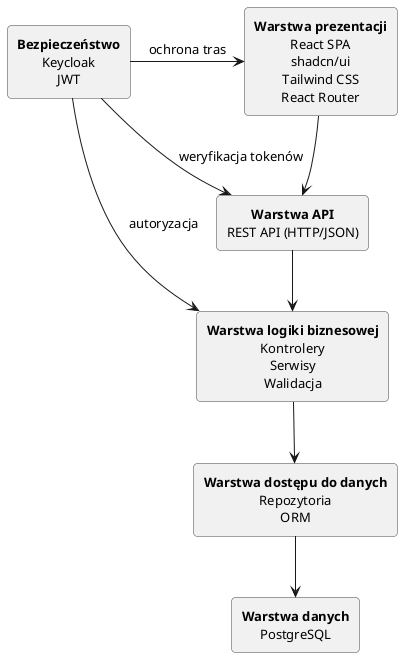
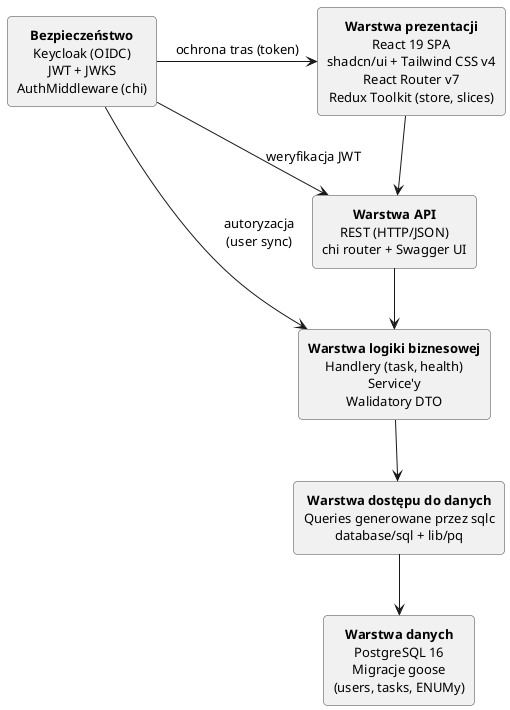
@startuml
skinparam rectangleRoundCorner 8
skinparam rectangleBorderColor #444
skinparam defaultTextAlignment center
skinparam rectangleFontSize 13

together {
-     rectangle "<b>Warstwa prezentacji</b>\nReact SPA\nshadcn/ui\nTailwind CSS\nReact Router" as presentation
-     rectangle "<b>Warstwa API</b>\nREST API (HTTP/JSON)" as api_layer
-     rectangle "<b>Warstwa logiki biznesowej</b>\nKontrolery\nSerwisy\nWalidacja" as business
-     rectangle "<b>Warstwa dostępu do danych</b>\nRepozytoria\nORM" as data_access
-     rectangle "<b>Warstwa danych</b>\nPostgreSQL" as data
+     rectangle "<b>Warstwa prezentacji</b>\nReact 19 SPA\nshadcn/ui + Tailwind CSS v4\nReact Router v7\nRedux Toolkit (store, slices)" as presentation
+     rectangle "<b>Warstwa API</b>\nREST (HTTP/JSON)\nchi router + Swagger UI" as api_layer
+     rectangle "<b>Warstwa logiki biznesowej</b>\nHandlery (task, health)\nService'y\nWalidatory DTO" as business
+     rectangle "<b>Warstwa dostępu do danych</b>\nQueries generowane przez sqlc\ndatabase/sql + lib/pq" as data_access
+     rectangle "<b>Warstwa danych</b>\nPostgreSQL 16\nMigracje goose\n(users, tasks, ENUMy)" as data
}

- rectangle "<b>Bezpieczeństwo</b>\nKeycloak\nJWT" as security
+ rectangle "<b>Bezpieczeństwo</b>\nKeycloak (OIDC)\nJWT + JWKS\nAuthMiddleware (chi)" as security

presentation -down-> api_layer
api_layer -down-> business
business -down-> data_access
data_access -down-> data

- security -right-> presentation : ochrona tras
- security -right-> api_layer : weryfikacja tokenów
- security -right-> business : autoryzacja
+ security -right-> presentation : ochrona tras (token)
+ security -right-> api_layer : weryfikacja JWT
+ security -right-> business : autoryzacja\n(user sync)

@enduml
